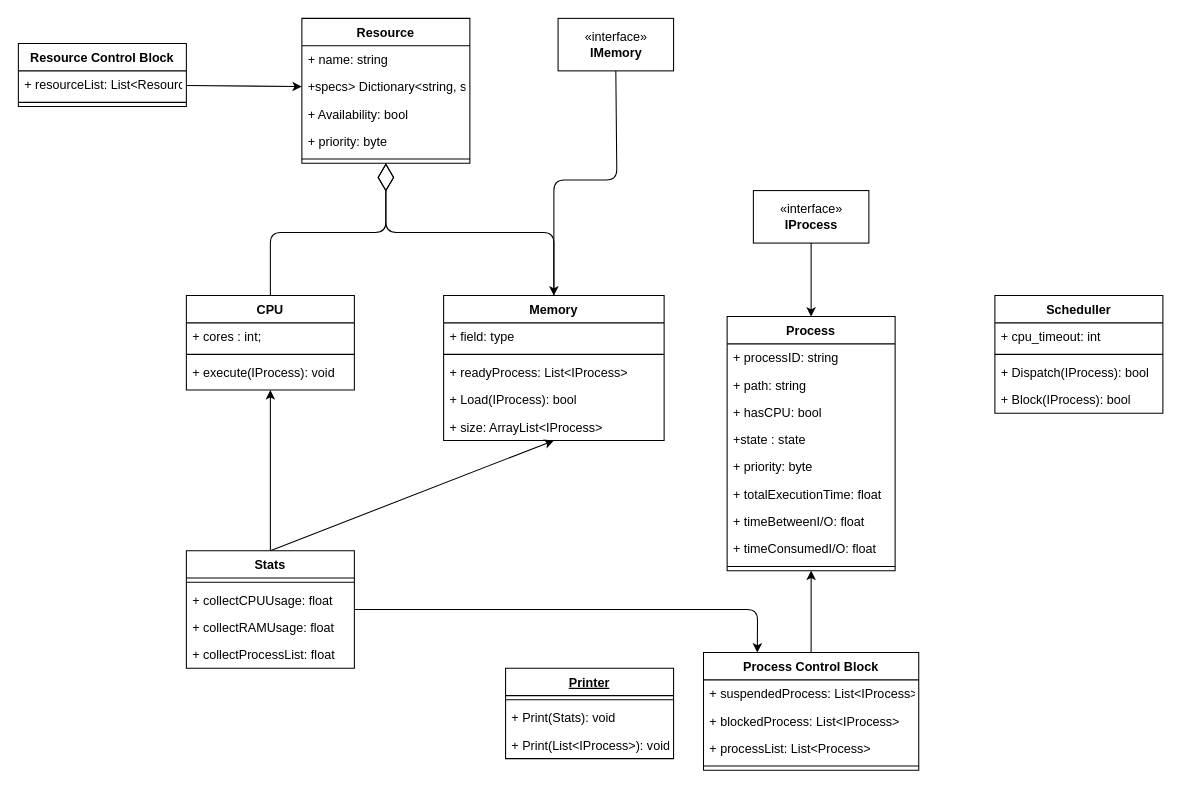
Earlier version of the draw.io diagram Assets/Classes.drawio (MartinCaraballo/Obligatorio2_SO). Source tidied: cells renumbered, new cells numbered last; positions are measured from the earlier drawing's top-left corner, leaving out a move shared by most shapes. Both pictures are drawn from the tidied source at 105%, with x=0, y=0 at pixel (18, 18).
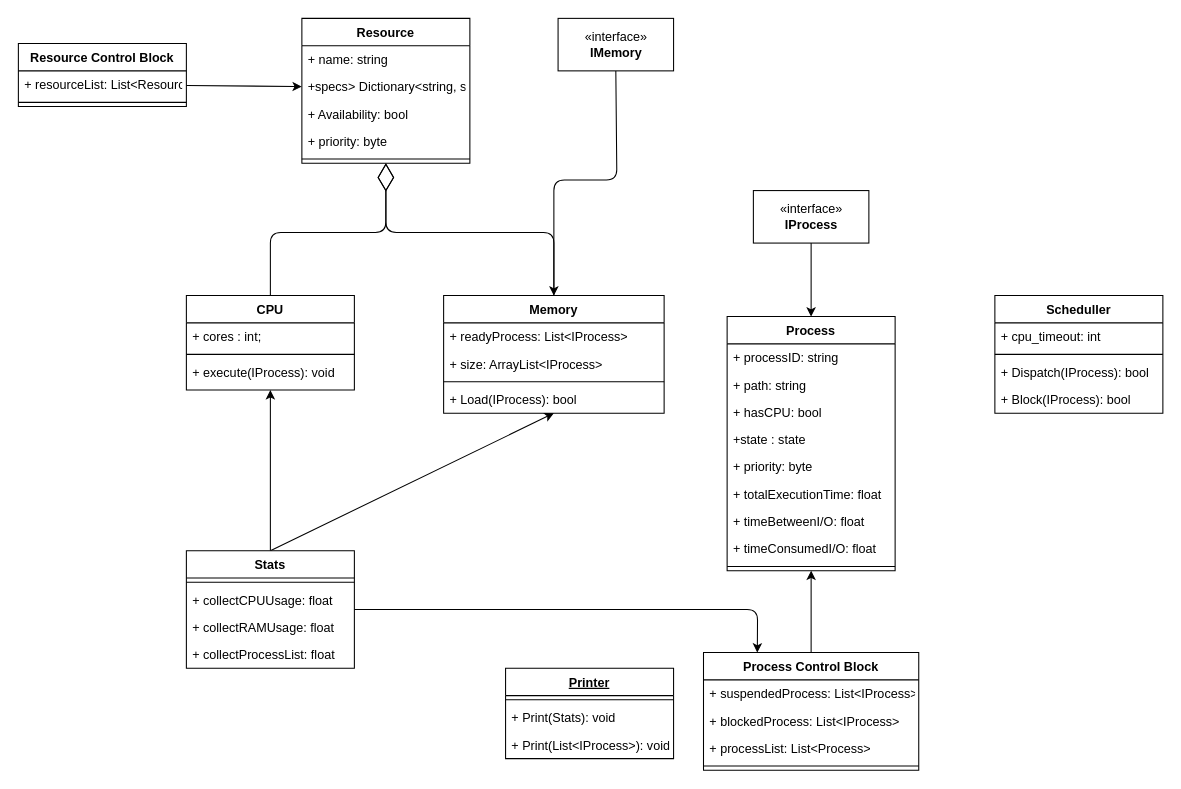
The same diagram, later.

What changed in the source:
```diff
@@
     <mxCell id="23" value="Memory" style="swimlane;fontStyle=1;align=center;verticalAlign=top;horizontal=1;startSize=26;" parent="1" vertex="1">
-      <mxGeometry x="405" y="264" width="210" height="138" as="geometry" />
+      <mxGeometry x="405" y="264" width="210" height="112" as="geometry" />
     </mxCell>
-    <mxCell id="24" value="+ field: type" style="text;strokeColor=none;fillColor=none;align=left;verticalAlign=top;spacingLeft=4;spacingRight=4;overflow=hidden;" parent="23" vertex="1">
-      <mxGeometry y="26" width="210" height="26" as="geometry" />
-    </mxCell>
+    <mxCell id="26" value="+ readyProcess: List&lt;IProcess&gt;" style="text;strokeColor=none;fillColor=none;align=left;verticalAlign=top;spacingLeft=4;spacingRight=4;overflow=hidden;" parent="23" vertex="1">
+      <mxGeometry y="26" width="210" height="26" as="geometry" />
+    </mxCell>
+    <mxCell id="28" value="+ size: ArrayList&lt;IProcess&gt;" style="text;strokeColor=none;fillColor=none;align=left;verticalAlign=top;spacingLeft=4;spacingRight=4;overflow=hidden;" parent="23" vertex="1">
+      <mxGeometry y="52" width="210" height="26" as="geometry" />
+    </mxCell>
     <mxCell id="25" style="line;strokeWidth=1;fillColor=none;align=left;verticalAlign=middle;spacingTop=-1;spacingLeft=3;spacingRight=3;labelPosition=right;" parent="23" vertex="1">
-      <mxGeometry y="52" width="210" height="8" as="geometry" />
+      <mxGeometry y="78" width="210" height="8" as="geometry" />
     </mxCell>
-    <mxCell id="26" value="+ readyProcess: List&lt;IProcess&gt;" style="text;strokeColor=none;fillColor=none;align=left;verticalAlign=top;spacingLeft=4;spacingRight=4;overflow=hidden;" parent="23" vertex="1">
-      <mxGeometry y="60" width="210" height="26" as="geometry" />
-    </mxCell>
@@
-    <mxCell id="28" value="+ size: ArrayList&lt;IProcess&gt;" style="text;strokeColor=none;fillColor=none;align=left;verticalAlign=top;spacingLeft=4;spacingRight=4;overflow=hidden;" parent="23" vertex="1">
-      <mxGeometry y="112" width="210" height="26" as="geometry" />
-    </mxCell>
```
